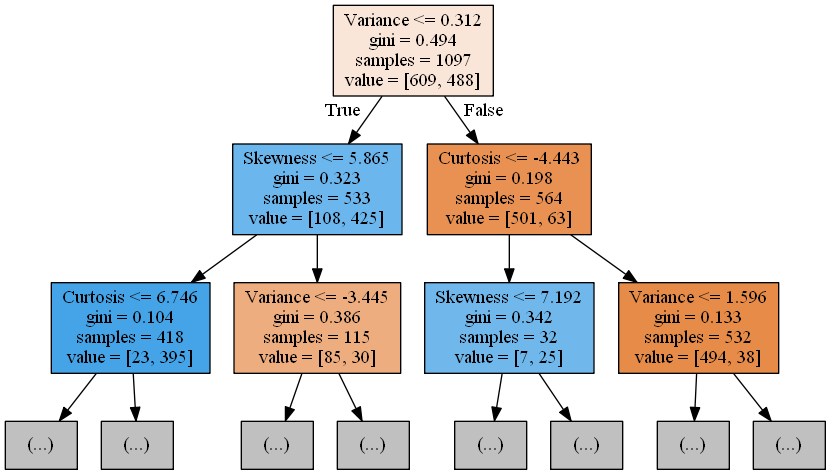
This is Python-Traditional-ML-Algos/tree.png from PragSharma2020/Python-ML-Various, a Graphviz export, as it was before one commit. Its source is kept beside it as Python-Traditional-ML-Algos/tree.dot. The source it was exported from:
```dot
digraph Tree {
node [shape=box, style="filled", color="black"] ;
0 [label="Variance <= 0.312\ngini = 0.494\nsamples = 1097\nvalue = [609, 488]", fillcolor="#fae6d8"] ;
1 [label="Skewness <= 5.865\ngini = 0.323\nsamples = 533\nvalue = [108, 425]", fillcolor="#6bb6ec"] ;
0 -> 1 [labeldistance=2.5, labelangle=45, headlabel="True"] ;
2 [label="Curtosis <= 6.746\ngini = 0.104\nsamples = 418\nvalue = [23, 395]", fillcolor="#45a3e7"] ;
1 -> 2 ;
3 [label="(...)", fillcolor="#C0C0C0"] ;
2 -> 3 ;
8 [label="(...)", fillcolor="#C0C0C0"] ;
2 -> 8 ;
13 [label="Variance <= -3.445\ngini = 0.386\nsamples = 115\nvalue = [85, 30]", fillcolor="#eead7f"] ;
1 -> 13 ;
14 [label="(...)", fillcolor="#C0C0C0"] ;
13 -> 14 ;
17 [label="(...)", fillcolor="#C0C0C0"] ;
13 -> 17 ;
18 [label="Curtosis <= -4.443\ngini = 0.198\nsamples = 564\nvalue = [501, 63]", fillcolor="#e89152"] ;
0 -> 18 [labeldistance=2.5, labelangle=-45, headlabel="False"] ;
19 [label="Skewness <= 7.192\ngini = 0.342\nsamples = 32\nvalue = [7, 25]", fillcolor="#70b8ec"] ;
18 -> 19 ;
20 [label="(...)", fillcolor="#C0C0C0"] ;
19 -> 20 ;
21 [label="(...)", fillcolor="#C0C0C0"] ;
19 -> 21 ;
22 [label="Variance <= 1.596\ngini = 0.133\nsamples = 532\nvalue = [494, 38]", fillcolor="#e78b48"] ;
18 -> 22 ;
23 [label="(...)", fillcolor="#C0C0C0"] ;
22 -> 23 ;
38 [label="(...)", fillcolor="#C0C0C0"] ;
22 -> 38 ;
}
```
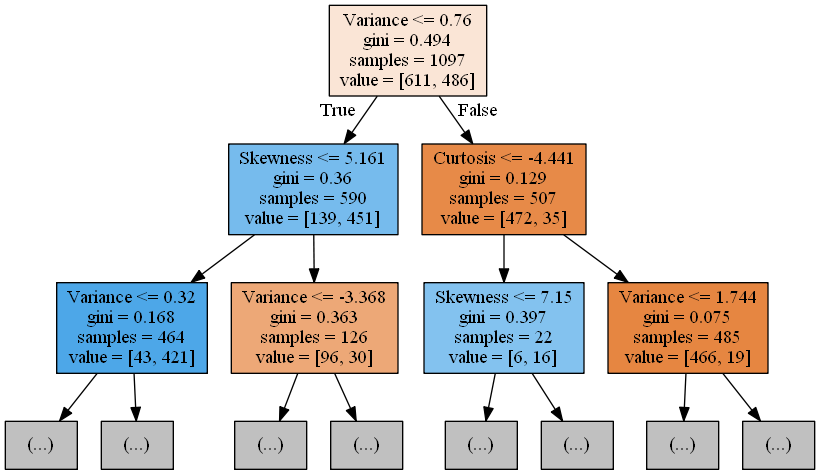
After the change.

Change to the diagram source:
```diff
@@ -1,32 +1,32 @@
 digraph Tree {
 node [shape=box, style="filled", color="black"] ;
-0 [label="Variance <= 0.312\ngini = 0.494\nsamples = 1097\nvalue = [609, 488]", fillcolor="#fae6d8"] ;
-1 [label="Skewness <= 5.865\ngini = 0.323\nsamples = 533\nvalue = [108, 425]", fillcolor="#6bb6ec"] ;
+0 [label="Variance <= 0.76\ngini = 0.494\nsamples = 1097\nvalue = [611, 486]", fillcolor="#fae5d6"] ;
+1 [label="Skewness <= 5.161\ngini = 0.36\nsamples = 590\nvalue = [139, 451]", fillcolor="#76bbed"] ;
 0 -> 1 [labeldistance=2.5, labelangle=45, headlabel="True"] ;
-2 [label="Curtosis <= 6.746\ngini = 0.104\nsamples = 418\nvalue = [23, 395]", fillcolor="#45a3e7"] ;
+2 [label="Variance <= 0.32\ngini = 0.168\nsamples = 464\nvalue = [43, 421]", fillcolor="#4da7e8"] ;
 1 -> 2 ;
 3 [label="(...)", fillcolor="#C0C0C0"] ;
 2 -> 3 ;
-8 [label="(...)", fillcolor="#C0C0C0"] ;
-2 -> 8 ;
-13 [label="Variance <= -3.445\ngini = 0.386\nsamples = 115\nvalue = [85, 30]", fillcolor="#eead7f"] ;
-1 -> 13 ;
-14 [label="(...)", fillcolor="#C0C0C0"] ;
-13 -> 14 ;
-17 [label="(...)", fillcolor="#C0C0C0"] ;
-13 -> 17 ;
-18 [label="Curtosis <= -4.443\ngini = 0.198\nsamples = 564\nvalue = [501, 63]", fillcolor="#e89152"] ;
-0 -> 18 [labeldistance=2.5, labelangle=-45, headlabel="False"] ;
-19 [label="Skewness <= 7.192\ngini = 0.342\nsamples = 32\nvalue = [7, 25]", fillcolor="#70b8ec"] ;
-18 -> 19 ;
-20 [label="(...)", fillcolor="#C0C0C0"] ;
-19 -> 20 ;
-21 [label="(...)", fillcolor="#C0C0C0"] ;
-19 -> 21 ;
-22 [label="Variance <= 1.596\ngini = 0.133\nsamples = 532\nvalue = [494, 38]", fillcolor="#e78b48"] ;
-18 -> 22 ;
-23 [label="(...)", fillcolor="#C0C0C0"] ;
-22 -> 23 ;
-38 [label="(...)", fillcolor="#C0C0C0"] ;
-22 -> 38 ;
+22 [label="(...)", fillcolor="#C0C0C0"] ;
+2 -> 22 ;
+27 [label="Variance <= -3.368\ngini = 0.363\nsamples = 126\nvalue = [96, 30]", fillcolor="#eda877"] ;
+1 -> 27 ;
+28 [label="(...)", fillcolor="#C0C0C0"] ;
+27 -> 28 ;
+31 [label="(...)", fillcolor="#C0C0C0"] ;
+27 -> 31 ;
+34 [label="Curtosis <= -4.441\ngini = 0.129\nsamples = 507\nvalue = [472, 35]", fillcolor="#e78a48"] ;
+0 -> 34 [labeldistance=2.5, labelangle=-45, headlabel="False"] ;
+35 [label="Skewness <= 7.15\ngini = 0.397\nsamples = 22\nvalue = [6, 16]", fillcolor="#83c2ef"] ;
+34 -> 35 ;
+36 [label="(...)", fillcolor="#C0C0C0"] ;
+35 -> 36 ;
+37 [label="(...)", fillcolor="#C0C0C0"] ;
+35 -> 37 ;
+38 [label="Variance <= 1.744\ngini = 0.075\nsamples = 485\nvalue = [466, 19]", fillcolor="#e68641"] ;
+34 -> 38 ;
+39 [label="(...)", fillcolor="#C0C0C0"] ;
+38 -> 39 ;
+48 [label="(...)", fillcolor="#C0C0C0"] ;
+38 -> 48 ;
 }
```
